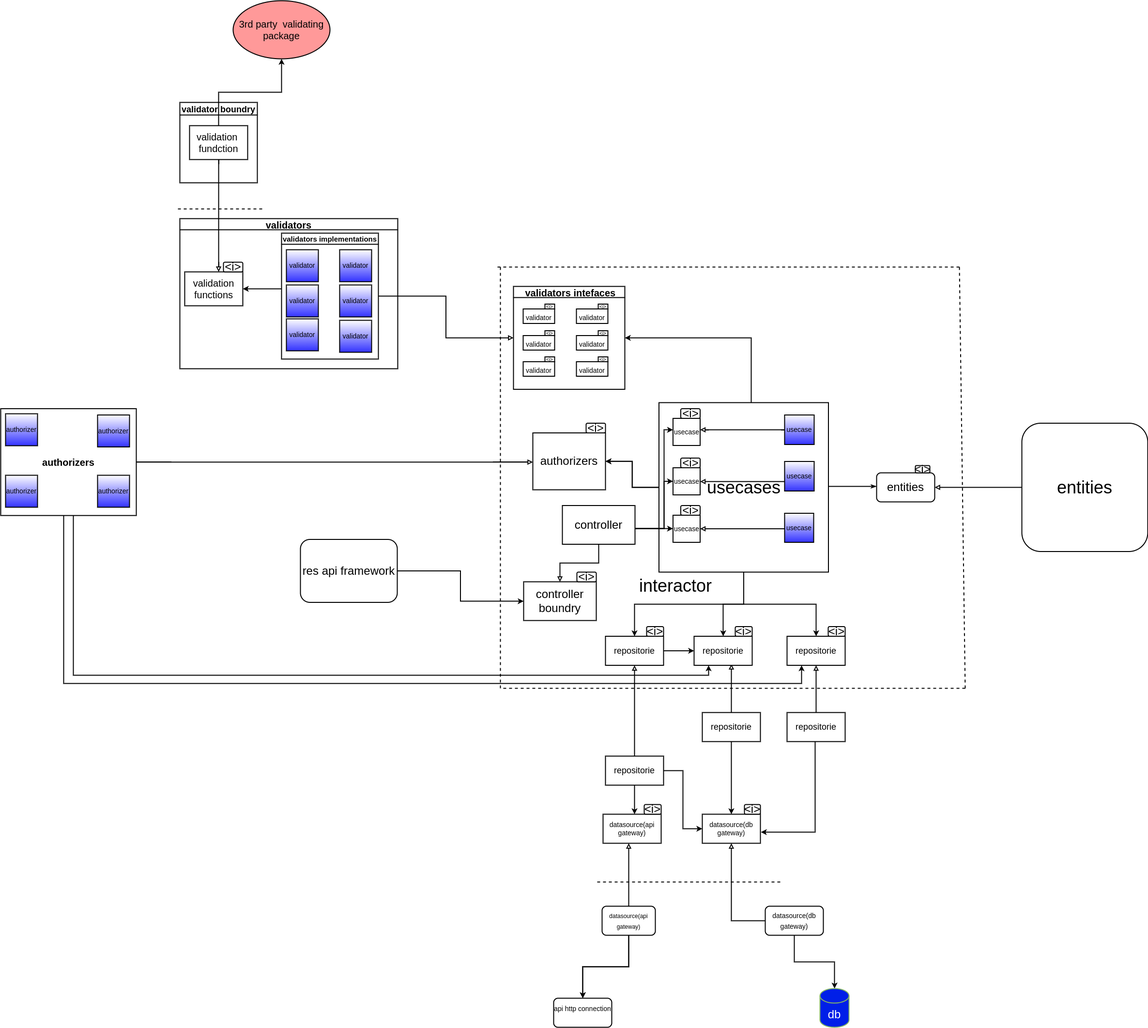
Before: flow of controle for (the-door).png, a diagram exported from draw.io (ahmed4040400/the-door). Source tidied: cells renumbered, new cells last; positions are measured from the earlier drawing's top-left corner, leaving out a move shared by most shapes.
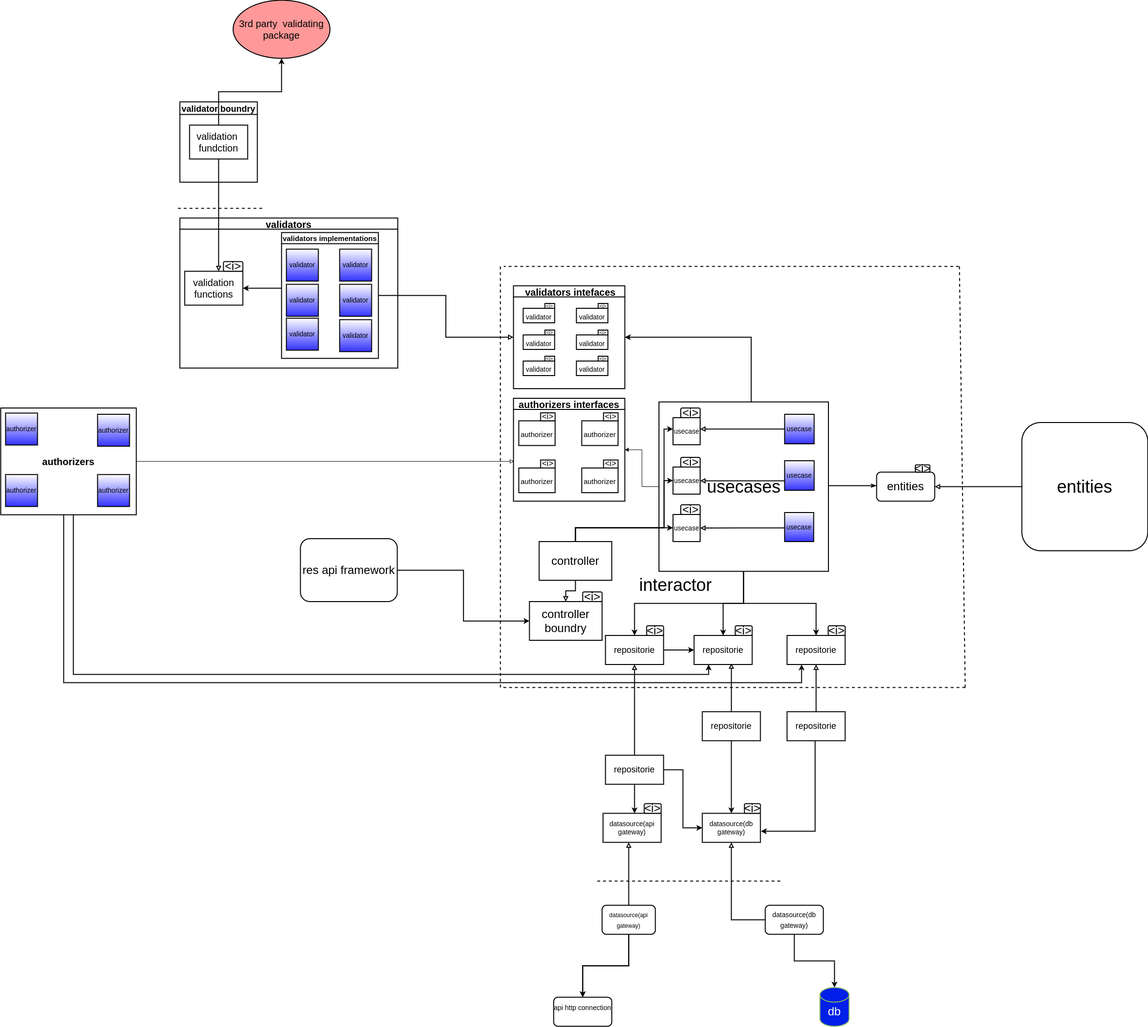
Later version of the same file.

Commit message:
added new error to throw when the door owner not authorized

What changed in the source:
```diff
@@ -16,8 +16,8 @@
     </mxCell>
     <mxCell id="4" style="endArrow=none;dashed=1;html=1;rounded=0;fontColor=#FFFFFF;strokeWidth=2;strokeColor=default;" parent="1" edge="1">
       <mxGeometry relative="1" as="geometry">
-        <mxPoint x="1980" y="550" as="sourcePoint" />
-        <mxPoint x="1020" y="550" as="targetPoint" />
+        <mxPoint x="1979" y="550" as="sourcePoint" />
+        <mxPoint x="1039" y="550" as="targetPoint" />
       </mxGeometry>
     </mxCell>
     <mxCell id="5" style="endArrow=none;dashed=1;html=1;rounded=0;fontColor=#FFFFFF;strokeWidth=2;strokeColor=default;" parent="1" edge="1">
@@ -26,9 +26,6 @@
         <mxPoint x="1992" y="1422.5" as="targetPoint" />
       </mxGeometry>
     </mxCell>
-    <mxCell id="6" style="edgeStyle=orthogonalEdgeStyle;rounded=0;jettySize=auto;html=1;entryX=1;entryY=0.5;entryDx=0;entryDy=0;fontSize=24;endArrow=classic;endFill=1;strokeWidth=2;" parent="1" edge="1" source="13" target="48">
-      <mxGeometry relative="1" as="geometry" />
-    </mxCell>
     <mxCell id="7" style="edgeStyle=orthogonalEdgeStyle;rounded=0;jettySize=auto;html=1;fontSize=24;endArrow=classicThin;endFill=1;strokeWidth=2;" parent="1" edge="1" source="13" target="50">
       <mxGeometry relative="1" as="geometry">
         <Array as="points">
@@ -46,9 +43,6 @@
     <mxCell id="10" style="edgeStyle=orthogonalEdgeStyle;rounded=0;jettySize=auto;html=1;strokeWidth=2;" parent="1" edge="1" source="13" target="53">
       <mxGeometry relative="1" as="geometry" />
     </mxCell>
-    <mxCell id="11" style="edgeStyle=orthogonalEdgeStyle;rounded=0;jettySize=auto;html=1;strokeWidth=2;" parent="1" edge="1" source="13" target="48">
-      <mxGeometry relative="1" as="geometry" />
-    </mxCell>
     <mxCell id="12" style="edgeStyle=orthogonalEdgeStyle;rounded=0;jettySize=auto;html=1;entryX=1;entryY=0.5;entryDx=0;entryDy=0;fontFamily=Helvetica;fontSize=18;fontColor=default;endArrow=classic;endFill=1;strokeWidth=2;" parent="1" edge="1" source="13" target="98">
       <mxGeometry relative="1" as="geometry">
         <Array as="points">
@@ -56,6 +50,9 @@
         </Array>
       </mxGeometry>
     </mxCell>
+    <mxCell id="113" style="edgeStyle=orthogonalEdgeStyle;rounded=0;jettySize=auto;html=1;entryX=1;entryY=0.5;entryDx=0;entryDy=0;" parent="1" edge="1" source="13" target="115">
+      <mxGeometry relative="1" as="geometry" />
+    </mxCell>
     <mxCell id="13" value="&lt;font style=&quot;font-size: 36px;&quot;&gt;usecases&lt;/font&gt;" style="whiteSpace=wrap;html=1;fillColor=none;strokeWidth=2;" parent="1" vertex="1">
       <mxGeometry x="1359.5" y="830" width="350" height="350" as="geometry" />
     </mxCell>
@@ -168,14 +165,6 @@
     <mxCell id="43" value="&lt;font color=&quot;#ffffff&quot;&gt;db&lt;/font&gt;" style="shape=cylinder3;whiteSpace=wrap;html=1;boundedLbl=1;backgroundOutline=1;size=15;rounded=1;glass=0;sketch=0;fontSize=24;fillColor=#001FE8;strokeColor=#82b366;strokeWidth=2;" parent="1" vertex="1">
       <mxGeometry x="1692" y="2040" width="60" height="80" as="geometry" />
     </mxCell>
-    <mxCell id="44" style="edgeStyle=orthogonalEdgeStyle;rounded=0;jettySize=auto;html=1;fontSize=24;endArrow=block;endFill=0;strokeWidth=2;" parent="1" edge="1" source="47" target="48">
-      <mxGeometry relative="1" as="geometry">
-        <Array as="points">
-          <mxPoint x="730" y="953" />
-          <mxPoint x="730" y="953" />
-        </Array>
-      </mxGeometry>
-    </mxCell>
     <mxCell id="45" style="edgeStyle=orthogonalEdgeStyle;rounded=0;jettySize=auto;html=1;entryX=0.25;entryY=1;entryDx=0;entryDy=0;strokeColor=#000;strokeWidth=2;" parent="1" edge="1" source="47" target="53">
       <mxGeometry relative="1" as="geometry">
         <Array as="points">
@@ -192,15 +181,14 @@
         </Array>
       </mxGeometry>
     </mxCell>
+    <mxCell id="114" style="edgeStyle=orthogonalEdgeStyle;rounded=0;jettySize=auto;html=1;endArrow=block;endFill=0;" parent="1" edge="1" source="47">
+      <mxGeometry relative="1" as="geometry">
+        <mxPoint x="1060" y="952.8" as="targetPoint" />
+      </mxGeometry>
+    </mxCell>
     <mxCell id="47" value="&lt;div style=&quot;font-family: &amp;quot;input mono&amp;quot;, &amp;quot;Droid Sans Mono&amp;quot;, &amp;quot;monospace&amp;quot;, monospace; line-height: 22px;&quot;&gt;&lt;span style=&quot;font-family: Helvetica;&quot;&gt;&lt;b style=&quot;&quot;&gt;&lt;font style=&quot;font-size: 20px;&quot;&gt;authorizers&lt;/font&gt;&lt;/b&gt;&lt;/span&gt;&lt;br&gt;&lt;/div&gt;" style="rounded=0;whiteSpace=wrap;html=1;glass=0;sketch=0;fontSize=24;fillColor=none;strokeWidth=2;" parent="1" vertex="1">
       <mxGeometry y="842.5" width="280" height="220.6" as="geometry" />
     </mxCell>
-    <mxCell id="48" value="authorizers" style="rounded=0;whiteSpace=wrap;html=1;glass=0;sketch=0;fontSize=24;strokeWidth=2;" parent="1" vertex="1">
-      <mxGeometry x="1099" y="892.5" width="150" height="117.5" as="geometry" />
-    </mxCell>
-    <mxCell id="49" value="&amp;lt;i&amp;gt;" style="rounded=1;whiteSpace=wrap;html=1;glass=0;sketch=0;fontSize=24;strokeWidth=2;" parent="1" vertex="1">
-      <mxGeometry x="1209" y="872.5" width="40" height="20" as="geometry" />
-    </mxCell>
     <mxCell id="50" value="&lt;font style=&quot;font-size: 24px;&quot;&gt;entities&lt;br&gt;&lt;/font&gt;" style="rounded=1;whiteSpace=wrap;html=1;strokeWidth=2;" parent="1" vertex="1">
       <mxGeometry x="1809" y="975" width="120" height="60" as="geometry" />
     </mxCell>
@@ -232,7 +220,7 @@
       <mxGeometry x="1324" y="1192.5" width="140" height="30" as="geometry" />
     </mxCell>
     <mxCell id="60" value="controller boundry" style="rounded=0;whiteSpace=wrap;html=1;glass=0;sketch=0;fontSize=24;strokeWidth=2;" parent="1" vertex="1">
-      <mxGeometry x="1080" y="1200" width="150" height="80" as="geometry" />
+      <mxGeometry x="1092" y="1242.5" width="150" height="80" as="geometry" />
     </mxCell>
     <mxCell id="61" value="&lt;span style=&quot;font-size: 14px;&quot;&gt;datasource(api gateway)&lt;/span&gt;" style="rounded=0;whiteSpace=wrap;html=1;strokeWidth=2;" parent="1" vertex="1">
       <mxGeometry x="1244" y="1680" width="120" height="60" as="geometry" />
@@ -280,10 +268,10 @@
       </mxGeometry>
     </mxCell>
     <mxCell id="70" value="controller" style="rounded=0;whiteSpace=wrap;html=1;glass=0;sketch=0;fontSize=24;strokeWidth=2;" parent="1" vertex="1">
-      <mxGeometry x="1160" y="1042.5" width="150" height="80" as="geometry" />
+      <mxGeometry x="1112" y="1118.5" width="150" height="80" as="geometry" />
     </mxCell>
     <mxCell id="71" value="&amp;lt;i&amp;gt;" style="rounded=1;whiteSpace=wrap;html=1;glass=0;sketch=0;fontSize=24;strokeWidth=2;" parent="1" vertex="1">
-      <mxGeometry x="1190" y="1180" width="40" height="20" as="geometry" />
+      <mxGeometry x="1202" y="1222.5" width="40" height="20" as="geometry" />
     </mxCell>
     <mxCell id="72" value="&amp;lt;i&amp;gt;" style="rounded=1;whiteSpace=wrap;html=1;glass=0;sketch=0;fontSize=24;strokeWidth=2;" parent="1" vertex="1">
       <mxGeometry x="1404.5" y="1042.5" width="40" height="20" as="geometry" />
@@ -425,5 +413,32 @@
         <mxPoint x="360" y="430" as="targetPoint" />
       </mxGeometry>
     </mxCell>
+    <mxCell id="115" value="authorizers interfaces" style="swimlane;fontSize=20;fillColor=none;strokeWidth=2;" parent="1" vertex="1">
+      <mxGeometry x="1059" y="822.5" width="230" height="212.5" as="geometry" />
+    </mxCell>
+    <mxCell id="116" value="&lt;span style=&quot;font-size: 15px;&quot;&gt;authorizer&lt;/span&gt;" style="rounded=0;whiteSpace=wrap;html=1;glass=0;sketch=0;fontSize=24;strokeWidth=2;" parent="115" vertex="1">
+      <mxGeometry x="141" y="46.5" width="75" height="51" as="geometry" />
+    </mxCell>
+    <mxCell id="117" value="&lt;font style=&quot;font-size: 17px;&quot;&gt;&amp;lt;i&amp;gt;&lt;/font&gt;" style="rounded=0;whiteSpace=wrap;html=1;glass=0;sketch=0;strokeColor=default;fontFamily=Helvetica;fontSize=10;fontColor=default;fillColor=default;strokeWidth=2;" parent="115" vertex="1">
+      <mxGeometry x="186" y="30" width="30" height="16.5" as="geometry" />
+    </mxCell>
+    <mxCell id="118" value="&lt;span style=&quot;font-size: 15px;&quot;&gt;authorizer&lt;/span&gt;" style="rounded=0;whiteSpace=wrap;html=1;glass=0;sketch=0;fontSize=24;strokeWidth=2;" parent="115" vertex="1">
+      <mxGeometry x="141" y="144" width="75" height="51" as="geometry" />
+    </mxCell>
+    <mxCell id="119" value="&lt;font style=&quot;font-size: 17px;&quot;&gt;&amp;lt;i&amp;gt;&lt;/font&gt;" style="rounded=0;whiteSpace=wrap;html=1;glass=0;sketch=0;strokeColor=default;fontFamily=Helvetica;fontSize=10;fontColor=default;fillColor=default;strokeWidth=2;" parent="115" vertex="1">
+      <mxGeometry x="186" y="127.5" width="30" height="16.5" as="geometry" />
+    </mxCell>
+    <mxCell id="120" value="&lt;span style=&quot;font-size: 15px;&quot;&gt;authorizer&lt;/span&gt;" style="rounded=0;whiteSpace=wrap;html=1;glass=0;sketch=0;fontSize=24;strokeWidth=2;" parent="115" vertex="1">
+      <mxGeometry x="11" y="144" width="75" height="51" as="geometry" />
+    </mxCell>
+    <mxCell id="121" value="&lt;font style=&quot;font-size: 17px;&quot;&gt;&amp;lt;i&amp;gt;&lt;/font&gt;" style="rounded=0;whiteSpace=wrap;html=1;glass=0;sketch=0;strokeColor=default;fontFamily=Helvetica;fontSize=10;fontColor=default;fillColor=default;strokeWidth=2;" parent="115" vertex="1">
+      <mxGeometry x="56" y="127.5" width="30" height="16.5" as="geometry" />
+    </mxCell>
+    <mxCell id="122" value="&lt;font style=&quot;font-size: 15px;&quot;&gt;authorizer&lt;/font&gt;" style="rounded=0;whiteSpace=wrap;html=1;glass=0;sketch=0;fontSize=24;strokeWidth=2;" parent="115" vertex="1">
+      <mxGeometry x="11" y="46.5" width="75" height="51" as="geometry" />
+    </mxCell>
+    <mxCell id="123" value="&lt;font style=&quot;font-size: 17px;&quot;&gt;&amp;lt;i&amp;gt;&lt;/font&gt;" style="rounded=0;whiteSpace=wrap;html=1;glass=0;sketch=0;strokeColor=default;fontFamily=Helvetica;fontSize=10;fontColor=default;fillColor=default;strokeWidth=2;" parent="115" vertex="1">
+      <mxGeometry x="56" y="30" width="30" height="16.5" as="geometry" />
+    </mxCell>
   </root>
 </mxGraphModel>
```
